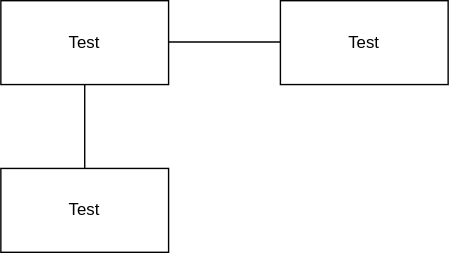
yuma-shin/draw.io keeps this draw.io diagram as img/nw_ote.drawio.svg. Above is the earlier version. Source tidied: cells renumbered, new cells last; positions are measured from the earlier drawing's top-left corner, leaving out a move shared by most shapes.
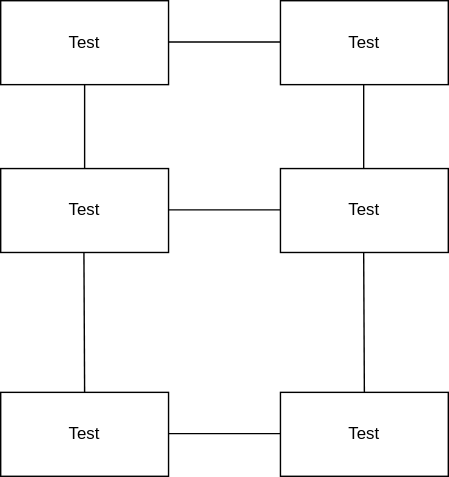
Later version of the same file.

The edit, as a diff of the source:
```diff
@@ -22,5 +22,43 @@
         <mxPoint x="200" y="29.5" as="targetPoint" />
       </mxGeometry>
     </mxCell>
+    <mxCell id="7" value="Test" style="rounded=0;whiteSpace=wrap;html=1;" parent="1" vertex="1">
+      <mxGeometry x="200" y="120" width="120" height="60" as="geometry" />
+    </mxCell>
+    <mxCell id="8" style="endArrow=none;html=1;exitX=0.5;exitY=0;exitDx=0;exitDy=0;" parent="1" edge="1">
+      <mxGeometry relative="1" as="geometry">
+        <mxPoint x="120" y="149.5" as="sourcePoint" />
+        <mxPoint x="200" y="149.5" as="targetPoint" />
+      </mxGeometry>
+    </mxCell>
+    <mxCell id="9" style="endArrow=none;html=1;exitX=0.5;exitY=0;exitDx=0;exitDy=0;" parent="1" edge="1">
+      <mxGeometry relative="1" as="geometry">
+        <mxPoint x="259.5" y="120" as="sourcePoint" />
+        <mxPoint x="259.5" y="60" as="targetPoint" />
+      </mxGeometry>
+    </mxCell>
+    <mxCell id="10" value="Test" style="rounded=0;whiteSpace=wrap;html=1;" parent="1" vertex="1">
+      <mxGeometry x="200" y="280" width="120" height="60" as="geometry" />
+    </mxCell>
+    <mxCell id="11" style="endArrow=none;html=1;exitX=0.5;exitY=0;exitDx=0;exitDy=0;" parent="1" edge="1" source="10">
+      <mxGeometry relative="1" as="geometry">
+        <mxPoint x="259.5" y="180" as="targetPoint" />
+      </mxGeometry>
+    </mxCell>
+    <mxCell id="12" style="endArrow=none;html=1;exitX=0.5;exitY=0;exitDx=0;exitDy=0;" parent="1" edge="1">
+      <mxGeometry relative="1" as="geometry">
+        <mxPoint x="60" y="280" as="sourcePoint" />
+        <mxPoint x="59.5" y="180" as="targetPoint" />
+      </mxGeometry>
+    </mxCell>
+    <mxCell id="13" value="Test" style="rounded=0;whiteSpace=wrap;html=1;" parent="1" vertex="1">
+      <mxGeometry y="280" width="120" height="60" as="geometry" />
+    </mxCell>
+    <mxCell id="14" style="endArrow=none;html=1;exitX=0.5;exitY=0;exitDx=0;exitDy=0;" parent="1" edge="1">
+      <mxGeometry relative="1" as="geometry">
+        <mxPoint x="120" y="309.5" as="sourcePoint" />
+        <mxPoint x="200" y="309.5" as="targetPoint" />
+      </mxGeometry>
+    </mxCell>
   </root>
 </mxGraphModel>
```
